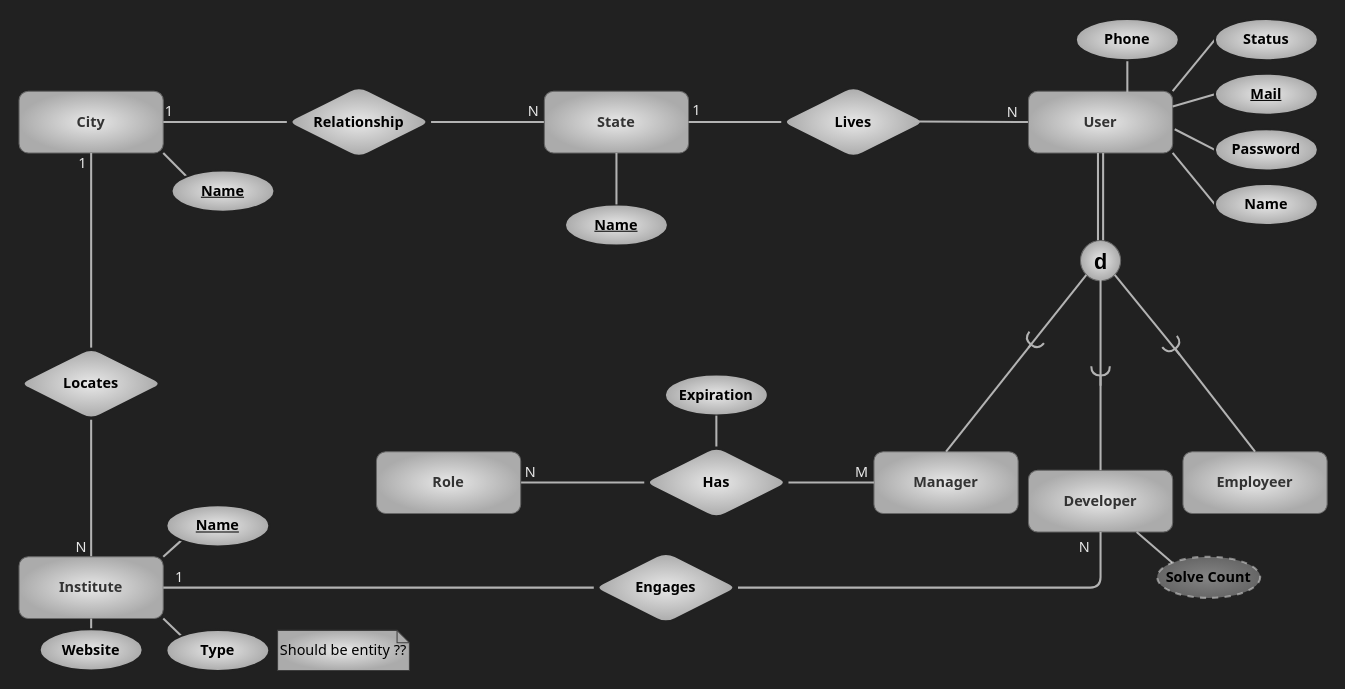
The draw.io diagram page "authentication" (3 of 5) of er.drawio in kntu-db/quera-db, before the edit. Source tidied: cells renumbered, new cells numbered last; positions are measured from the earlier drawing's top-left corner, leaving out a move shared by most shapes. Both pictures are drawn from the tidied source at 103%, with x=0, y=0 at pixel (19, 19).
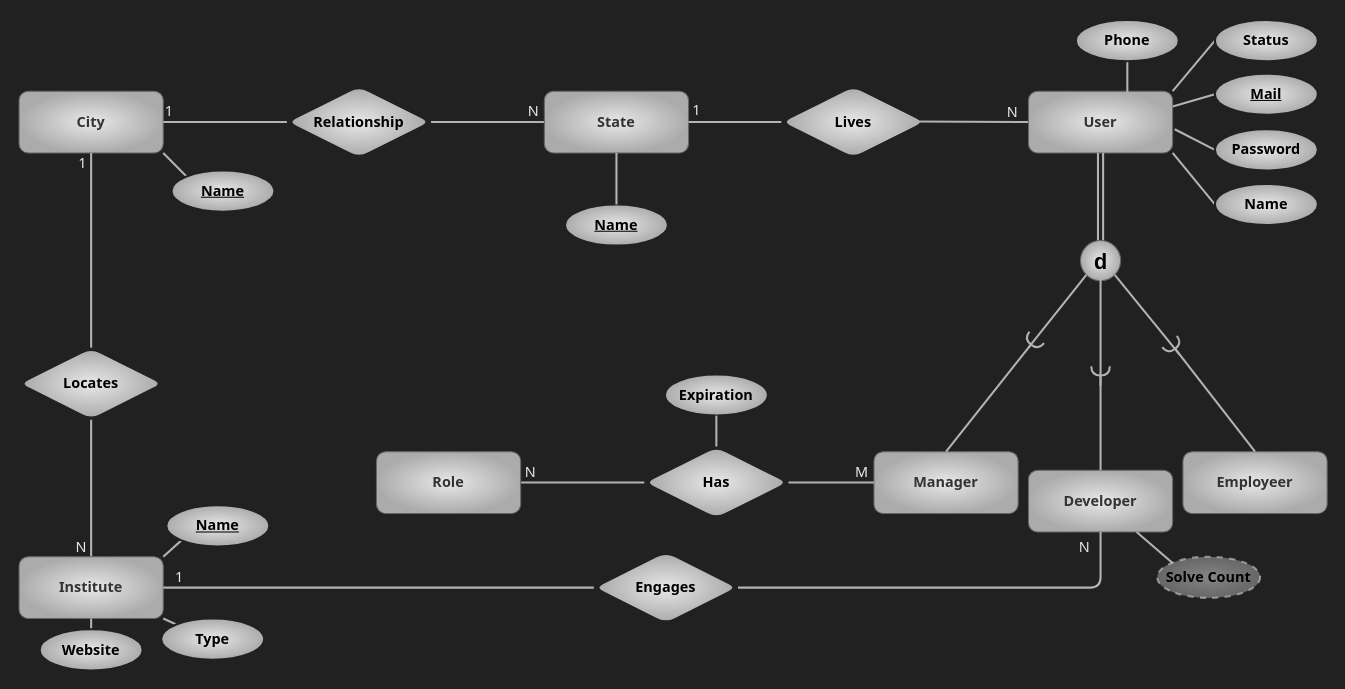
The same page after the edit.

Change to the diagram source:
```diff
@@
     <mxCell id="14" value="Type" style="ellipse;whiteSpace=wrap;html=1;align=center;rounded=1;labelBackgroundColor=none;fontFamily=Tahoma;fontSize=14;fontColor=#000000;strokeColor=#212121;strokeWidth=2;fillColor=#E8E8E8;gradientColor=#ABABAB;gradientDirection=radial;fontStyle=1;" parent="1" vertex="1">
-      <mxGeometry x="143" y="593" width="100" height="40" as="geometry" />
+      <mxGeometry x="138" y="582" width="100" height="40" as="geometry" />
     </mxCell>
@@
     <mxCell id="38" value="Phone" style="ellipse;whiteSpace=wrap;html=1;align=center;rounded=1;labelBackgroundColor=none;fontFamily=Tahoma;fontSize=14;fontColor=#000000;strokeColor=#212121;strokeWidth=2;fillColor=#E8E8E8;gradientColor=#ABABAB;gradientDirection=radial;fontStyle=1;" parent="1" vertex="1">
-      <mxGeometry x="1026" width="100" height="40" as="geometry" />
+      <mxGeometry x="1026" y="1" width="100" height="40" as="geometry" />
     </mxCell>
     <mxCell id="39" value="Status" style="ellipse;whiteSpace=wrap;html=1;align=center;rounded=1;labelBackgroundColor=none;fontFamily=Tahoma;fontSize=14;fontColor=#000000;strokeColor=#212121;strokeWidth=2;fillColor=#E8E8E8;gradientColor=#ABABAB;gradientDirection=radial;fontStyle=1;" parent="1" vertex="1">
-      <mxGeometry x="1161" width="100" height="40" as="geometry" />
+      <mxGeometry x="1161" y="1" width="100" height="40" as="geometry" />
     </mxCell>
@@
-    <mxCell id="56" value="Should be entity ??" style="shape=note;size=12;whiteSpace=wrap;html=1;rounded=1;shadow=0;glass=0;labelBackgroundColor=none;labelBorderColor=none;fontFamily=Tahoma;fontSize=14;fontColor=#000000;strokeColor=#3D3D3D;strokeWidth=1;fillColor=#E8E8E8;gradientColor=#ABABAB;gradientDirection=radial;" parent="1" vertex="1">
-      <mxGeometry x="251" y="593.5" width="128" height="39" as="geometry" />
-    </mxCell>
```
